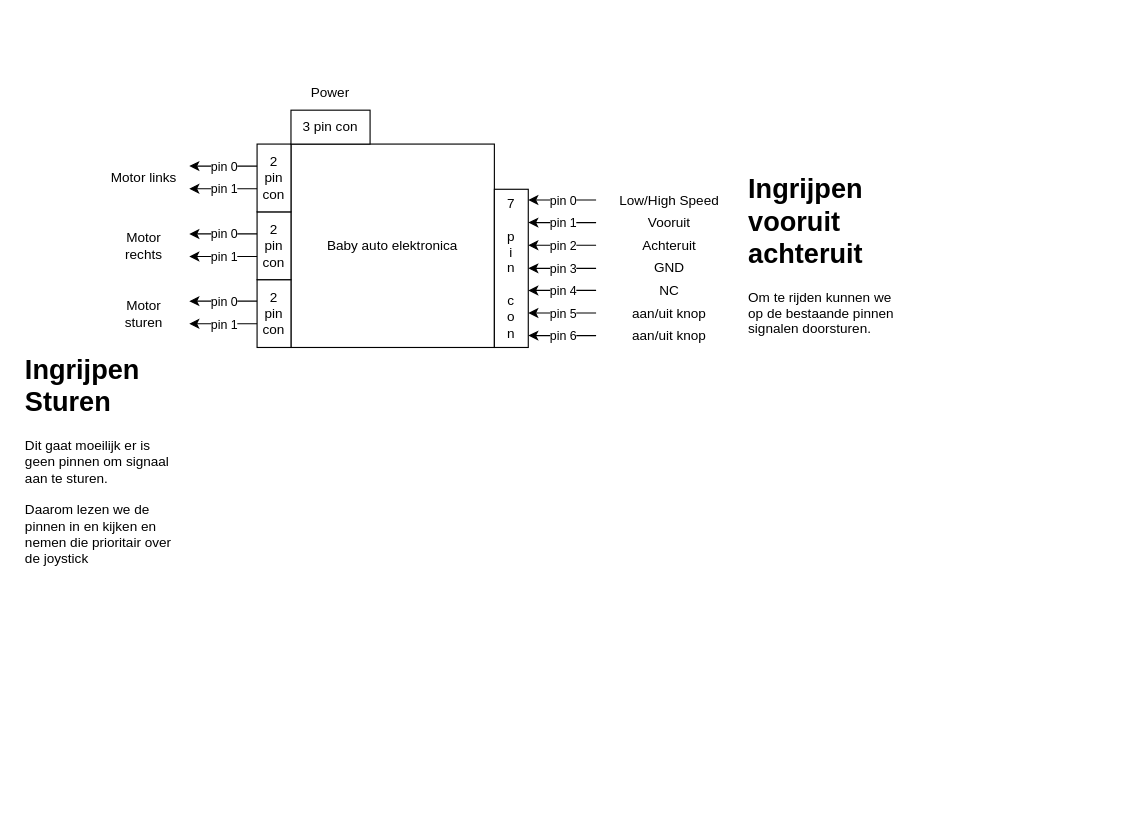
Earlier version of the draw.io diagram page "interface Baby auto elektronica" (3 of 4) of Schetsen/Architectuur.drawio (vives-project-xp/GoBabyGo2.0). Source tidied: cells renumbered, new cells numbered last; positions are measured from the earlier drawing's top-left corner, leaving out a move shared by most shapes. Both pictures are drawn from the tidied source at 113%, with x=0, y=0 at pixel (19, 76).
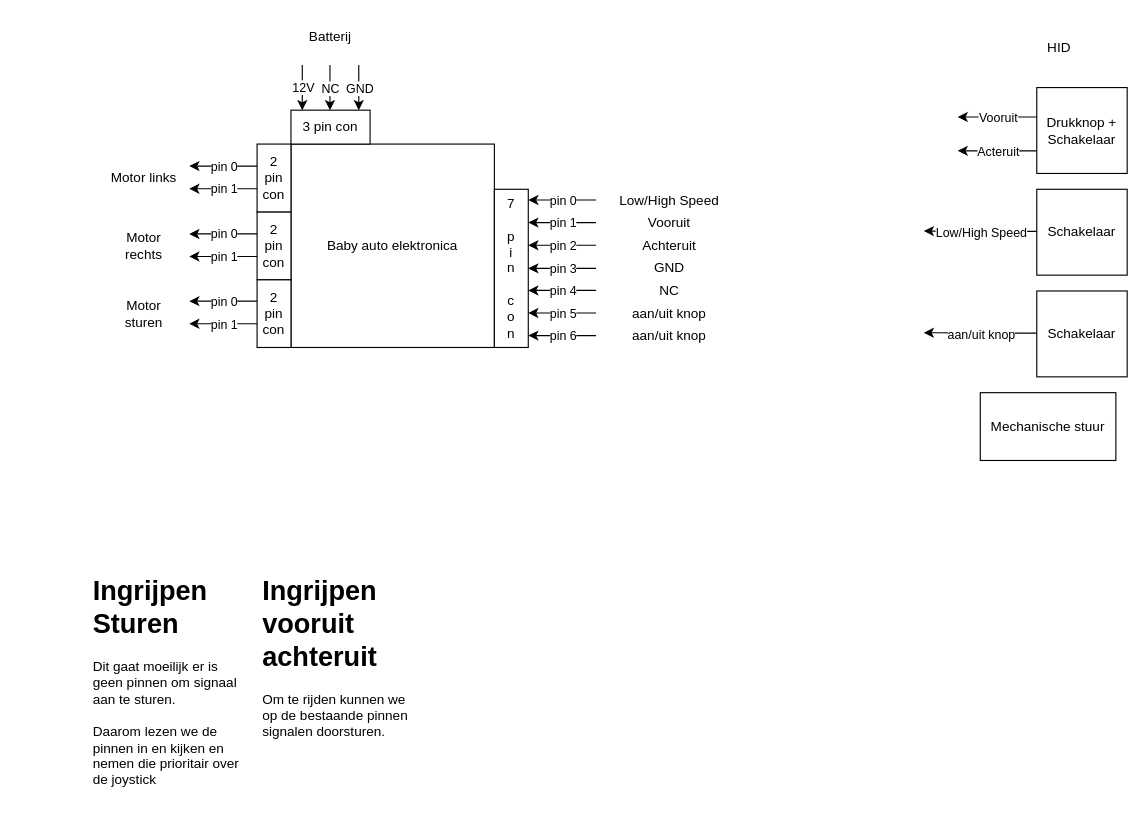
Above is the later version.

The change refers to these unchanged cells:
```xml
<mxCell id="28" value="3 pin con" style="rounded=0;whiteSpace=wrap;html=1;" parent="1" vertex="1">
  <mxGeometry x="240" y="30" width="70" height="30" as="geometry" />
</mxCell>
```

The edit, as a diff of the source:
```diff
@@
-    <mxCell id="44" value="Power" style="text;html=1;strokeColor=none;fillColor=none;align=center;verticalAlign=middle;whiteSpace=wrap;rounded=0;" parent="1" vertex="1">
-      <mxGeometry x="245" width="60" height="30" as="geometry" />
+    <mxCell id="44" value="Batterij" style="text;html=1;strokeColor=none;fillColor=none;align=center;verticalAlign=middle;whiteSpace=wrap;rounded=0;" parent="1" vertex="1">
+      <mxGeometry x="245" y="-50" width="60" height="30" as="geometry" />
     </mxCell>
     <mxCell id="45" value="&lt;h1&gt;Ingrijpen vooruit achteruit&lt;/h1&gt;&lt;div&gt;Om te rijden kunnen we op de bestaande pinnen signalen doorsturen.&lt;/div&gt;&lt;div&gt;&lt;br&gt;&lt;/div&gt;&lt;div&gt;&lt;br&gt;&lt;/div&gt;" style="text;html=1;strokeColor=none;fillColor=none;spacing=5;spacingTop=-20;whiteSpace=wrap;overflow=hidden;rounded=0;" parent="1" vertex="1">
-      <mxGeometry x="640" y="80" width="140" height="160" as="geometry" />
+      <mxGeometry x="210" y="436" width="140" height="160" as="geometry" />
     </mxCell>
     <mxCell id="46" value="&lt;h1&gt;Ingrijpen Sturen&lt;/h1&gt;&lt;div&gt;Dit gaat moeilijk er is geen pinnen om signaal aan te sturen.&amp;nbsp;&lt;/div&gt;&lt;div&gt;&lt;br&gt;&lt;/div&gt;&lt;div&gt;Daarom lezen we de pinnen in en kijken en nemen die prioritair over de joystick&amp;nbsp;&amp;nbsp;&lt;/div&gt;&lt;div&gt;&lt;br&gt;&lt;/div&gt;" style="text;html=1;strokeColor=none;fillColor=none;spacing=5;spacingTop=-20;whiteSpace=wrap;overflow=hidden;rounded=0;" parent="1" vertex="1">
-      <mxGeometry y="240" width="140" height="200" as="geometry" />
+      <mxGeometry x="60" y="436" width="140" height="200" as="geometry" />
     </mxCell>
+    <mxCell id="47" style="endArrow=classic;html=1;rounded=0;entryX=0.143;entryY=0;entryDx=0;entryDy=0;entryPerimeter=0;" parent="1" edge="1" target="28">
+      <mxGeometry relative="1" as="geometry">
+        <mxPoint x="250" y="-10" as="sourcePoint" />
+      </mxGeometry>
+    </mxCell>
+    <mxCell id="48" value="12V" style="edgeLabel;html=1;align=center;verticalAlign=middle;" parent="47" vertex="1">
+      <mxGeometry relative="1" as="geometry" />
+    </mxCell>
+    <mxCell id="49" style="endArrow=classic;html=1;rounded=0;entryX=0.25;entryY=0;entryDx=0;entryDy=0;" parent="1" edge="1">
+      <mxGeometry relative="1" as="geometry">
+        <mxPoint x="274.5" y="-10" as="sourcePoint" />
+        <mxPoint x="274.5" y="30" as="targetPoint" />
+      </mxGeometry>
+    </mxCell>
+    <mxCell id="50" value="NC" style="edgeLabel;html=1;align=center;verticalAlign=middle;" parent="49" vertex="1">
+      <mxGeometry relative="1" as="geometry" />
+    </mxCell>
+    <mxCell id="51" style="endArrow=classic;html=1;rounded=0;entryX=0.25;entryY=0;entryDx=0;entryDy=0;" parent="1" edge="1">
+      <mxGeometry relative="1" as="geometry">
+        <mxPoint x="300" y="-10" as="sourcePoint" />
+        <mxPoint x="300" y="30" as="targetPoint" />
+      </mxGeometry>
+    </mxCell>
+    <mxCell id="52" value="GND" style="edgeLabel;html=1;align=center;verticalAlign=middle;" parent="51" vertex="1">
+      <mxGeometry relative="1" as="geometry" />
+    </mxCell>
+    <mxCell id="53" value="Drukknop +&lt;br&gt;Schakelaar" style="rounded=0;whiteSpace=wrap;html=1;" parent="1" vertex="1">
+      <mxGeometry x="900" y="10" width="80" height="76" as="geometry" />
+    </mxCell>
+    <mxCell id="54" style="endArrow=classic;html=1;rounded=0;" parent="1" edge="1">
+      <mxGeometry relative="1" as="geometry">
+        <mxPoint x="900" y="36" as="sourcePoint" />
+        <mxPoint x="830" y="36" as="targetPoint" />
+      </mxGeometry>
+    </mxCell>
+    <mxCell id="55" value="Vooruit" style="edgeLabel;html=1;align=center;verticalAlign=middle;" parent="54" vertex="1">
+      <mxGeometry relative="1" as="geometry" />
+    </mxCell>
+    <mxCell id="56" style="endArrow=classic;html=1;rounded=0;" parent="1" edge="1">
+      <mxGeometry relative="1" as="geometry">
+        <mxPoint x="900" y="66" as="sourcePoint" />
+        <mxPoint x="830" y="66" as="targetPoint" />
+      </mxGeometry>
+    </mxCell>
+    <mxCell id="57" value="Acteruit" style="edgeLabel;html=1;align=center;verticalAlign=middle;" parent="56" vertex="1">
+      <mxGeometry relative="1" as="geometry" />
+    </mxCell>
+    <mxCell id="58" value="HID" style="text;html=1;strokeColor=none;fillColor=none;align=center;verticalAlign=middle;whiteSpace=wrap;rounded=0;" parent="1" vertex="1">
+      <mxGeometry x="890" y="-40" width="60" height="30" as="geometry" />
+    </mxCell>
+    <mxCell id="59" value="Mechanische stuur" style="rounded=0;whiteSpace=wrap;html=1;" parent="1" vertex="1">
+      <mxGeometry x="850" y="280" width="120" height="60" as="geometry" />
+    </mxCell>
+    <mxCell id="60" value="Schakelaar" style="rounded=0;whiteSpace=wrap;html=1;" parent="1" vertex="1">
+      <mxGeometry x="900" y="100" width="80" height="76" as="geometry" />
+    </mxCell>
+    <mxCell id="61" style="endArrow=classic;html=1;rounded=0;" parent="1" edge="1">
+      <mxGeometry relative="1" as="geometry">
+        <mxPoint x="900" y="137.3" as="sourcePoint" />
+        <mxPoint x="800" y="137" as="targetPoint" />
+      </mxGeometry>
+    </mxCell>
+    <mxCell id="62" value="Low/High Speed" style="edgeLabel;html=1;align=center;verticalAlign=middle;" parent="61" vertex="1">
+      <mxGeometry relative="1" as="geometry">
+        <mxPoint y="1" as="offset" />
+      </mxGeometry>
+    </mxCell>
+    <mxCell id="63" value="Schakelaar" style="rounded=0;whiteSpace=wrap;html=1;" parent="1" vertex="1">
+      <mxGeometry x="900" y="190" width="80" height="76" as="geometry" />
+    </mxCell>
+    <mxCell id="64" style="endArrow=classic;html=1;rounded=0;" parent="1" edge="1">
+      <mxGeometry relative="1" as="geometry">
+        <mxPoint x="900" y="227.3" as="sourcePoint" />
+        <mxPoint x="800" y="227" as="targetPoint" />
+      </mxGeometry>
+    </mxCell>
+    <mxCell id="65" value="aan/uit knop" style="edgeLabel;html=1;align=center;verticalAlign=middle;" parent="64" vertex="1">
+      <mxGeometry relative="1" as="geometry">
+        <mxPoint y="1" as="offset" />
+      </mxGeometry>
+    </mxCell>
```
